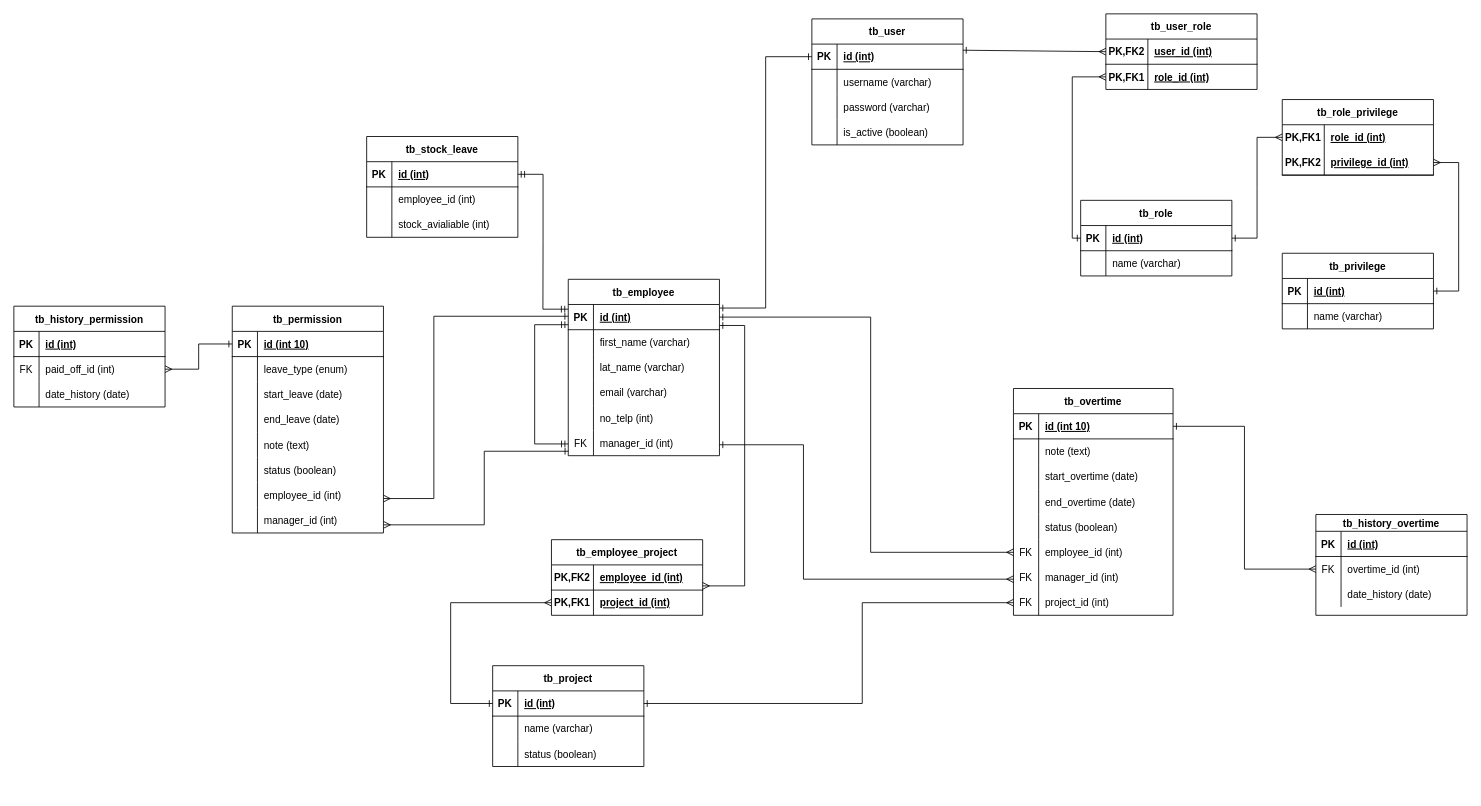
Earlier version of the draw.io diagram Final.drawio (zarmintaa/Skripsi). Source tidied: cells renumbered, new cells numbered last; positions are measured from the earlier drawing's top-left corner, leaving out a move shared by most shapes. Both pictures are drawn from the tidied source at 84%, with x=0, y=0 at pixel (13, 13).
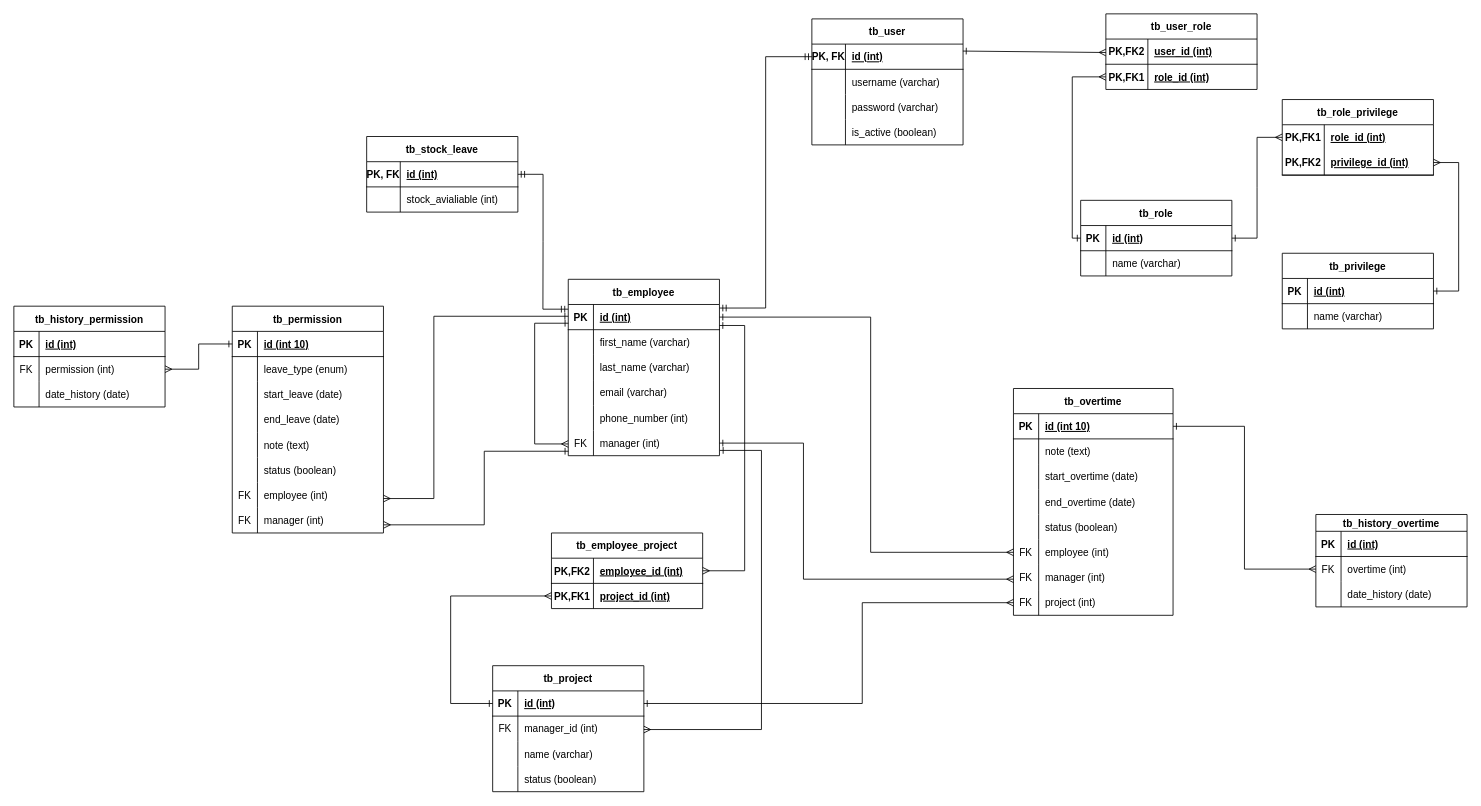
The same page after the edit.

Unchanged cells that the change refers to:
```xml
<mxCell id="3" style="shape=tableRow;horizontal=0;startSize=0;swimlaneHead=0;swimlaneBody=0;fillColor=none;points=[[0,0.5],[1,0.5]];portConstraint=eastwest;top=0;left=0;right=0;bottom=1;" parent="2" vertex="1">
  <mxGeometry y="30" width="180" height="30" as="geometry" />
</mxCell>
<mxCell id="6" style="shape=tableRow;horizontal=0;startSize=0;swimlaneHead=0;swimlaneBody=0;fillColor=none;top=0;left=0;right=0;bottom=0;" parent="2" vertex="1">
  <mxGeometry y="60" width="180" height="30" as="geometry" />
</mxCell>
<mxCell id="9" style="shape=tableRow;horizontal=0;startSize=0;swimlaneHead=0;swimlaneBody=0;fillColor=none;top=0;left=0;right=0;bottom=0;" parent="2" vertex="1">
  <mxGeometry y="90" width="180" height="30" as="geometry" />
</mxCell>
<mxCell id="12" style="shape=tableRow;horizontal=0;startSize=0;swimlaneHead=0;swimlaneBody=0;fillColor=none;top=0;left=0;right=0;bottom=0;" parent="2" vertex="1">
  <mxGeometry y="120" width="180" height="30" as="geometry" />
</mxCell>
<mxCell id="29" value="tb_employee" style="shape=table;startSize=30;childLayout=tableLayout;rowLines=0;fontStyle=1;align=center;" parent="1" vertex="1">
  <mxGeometry x="660" y="316" width="180" height="210" as="geometry" />
</mxCell>
<mxCell id="30" style="shape=tableRow;horizontal=0;startSize=0;swimlaneHead=0;swimlaneBody=0;fillColor=none;points=[[0,0.5],[1,0.5]];portConstraint=eastwest;top=0;left=0;right=0;bottom=1;" parent="29" vertex="1">
  <mxGeometry y="30" width="180" height="30" as="geometry" />
</mxCell>
<mxCell id="36" style="shape=tableRow;horizontal=0;startSize=0;swimlaneHead=0;swimlaneBody=0;fillColor=none;top=0;left=0;right=0;bottom=0;" parent="29" vertex="1">
  <mxGeometry y="90" width="180" height="30" as="geometry" />
</mxCell>
<mxCell id="42" style="shape=tableRow;horizontal=0;startSize=0;swimlaneHead=0;swimlaneBody=0;fillColor=none;top=0;left=0;right=0;bottom=0;" parent="29" vertex="1">
  <mxGeometry y="150" width="180" height="30" as="geometry" />
</mxCell>
<mxCell id="45" style="shape=tableRow;horizontal=0;startSize=0;swimlaneHead=0;swimlaneBody=0;fillColor=none;points=[[0,0.5],[1,0.5]];portConstraint=eastwest;top=0;left=0;right=0;bottom=0;" parent="29" vertex="1">
  <mxGeometry y="180" width="180" height="30" as="geometry" />
</mxCell>
<mxCell id="75" style="shape=tableRow;horizontal=0;startSize=0;swimlaneHead=0;swimlaneBody=0;fillColor=none;top=0;left=0;right=0;bottom=0;" parent="56" vertex="1">
  <mxGeometry y="210" width="180" height="30" as="geometry" />
</mxCell>
<mxCell id="78" style="shape=tableRow;horizontal=0;startSize=0;swimlaneHead=0;swimlaneBody=0;fillColor=none;top=0;left=0;right=0;bottom=0;" parent="56" vertex="1">
  <mxGeometry y="240" width="180" height="30" as="geometry" />
</mxCell>
<mxCell id="86" style="shape=tableRow;horizontal=0;startSize=0;swimlaneHead=0;swimlaneBody=0;fillColor=none;points=[[0,0.5],[1,0.5]];portConstraint=eastwest;top=0;left=0;right=0;bottom=0;" parent="82" vertex="1">
  <mxGeometry y="60" width="180" height="30" as="geometry" />
</mxCell>
<mxCell id="96" style="shape=tableRow;horizontal=0;startSize=0;swimlaneHead=0;swimlaneBody=0;fillColor=none;points=[[0,0.5],[1,0.5]];portConstraint=eastwest;top=0;left=0;right=0;bottom=0;" parent="92" vertex="1">
  <mxGeometry y="50" width="180" height="30" as="geometry" />
</mxCell>
<mxCell id="103" style="shape=tableRow;horizontal=0;startSize=0;swimlaneHead=0;swimlaneBody=0;fillColor=none;points=[[0,0.5],[1,0.5]];portConstraint=eastwest;top=0;left=0;right=0;bottom=1;" parent="102" vertex="1">
  <mxGeometry y="30" width="180" height="30" as="geometry" />
</mxCell>
<mxCell id="132" style="shape=tableRow;horizontal=0;startSize=0;swimlaneHead=0;swimlaneBody=0;fillColor=none;points=[[0,0.5],[1,0.5]];portConstraint=eastwest;top=0;left=0;right=0;bottom=0;" parent="116" vertex="1">
  <mxGeometry y="180" width="190" height="30" as="geometry" />
</mxCell>
<mxCell id="135" style="shape=tableRow;horizontal=0;startSize=0;swimlaneHead=0;swimlaneBody=0;fillColor=none;top=0;left=0;right=0;bottom=0;" parent="116" vertex="1">
  <mxGeometry y="210" width="190" height="30" as="geometry" />
</mxCell>
<mxCell id="138" style="shape=tableRow;horizontal=0;startSize=0;swimlaneHead=0;swimlaneBody=0;fillColor=none;points=[[0,0.5],[1,0.5]];portConstraint=eastwest;top=0;left=0;right=0;bottom=0;" parent="116" vertex="1">
  <mxGeometry y="240" width="190" height="30" as="geometry" />
</mxCell>
<mxCell id="145" style="shape=tableRow;horizontal=0;startSize=0;swimlaneHead=0;swimlaneBody=0;fillColor=none;points=[[0,0.5],[1,0.5]];portConstraint=eastwest;top=0;left=0;right=0;bottom=1;" parent="144" vertex="1">
  <mxGeometry y="30" width="180" height="30" as="geometry" />
</mxCell>
<mxCell id="167" style="shape=tableRow;horizontal=0;startSize=0;swimlaneHead=0;swimlaneBody=0;fillColor=none;points=[[0,0.5],[1,0.5]];portConstraint=eastwest;top=0;left=0;right=0;bottom=1;" parent="166" vertex="1">
  <mxGeometry y="30" width="180" height="30" as="geometry" />
</mxCell>
<mxCell id="170" style="shape=tableRow;horizontal=0;startSize=0;swimlaneHead=0;swimlaneBody=0;fillColor=none;points=[[0,0.5],[1,0.5]];portConstraint=eastwest;top=0;left=0;right=0;bottom=0;" parent="166" vertex="1">
  <mxGeometry y="60" width="180" height="30" as="geometry" />
</mxCell>
```

What changed in the source:
```diff
@@
-    <mxCell id="4" value="PK" style="shape=partialRectangle;fillColor=none;top=0;left=0;bottom=0;right=0;fontStyle=1;overflow=hidden;" parent="3" vertex="1">
-      <mxGeometry width="30" height="30" as="geometry" />
+    <mxCell id="4" value="PK, FK" style="shape=partialRectangle;fillColor=none;top=0;left=0;bottom=0;right=0;fontStyle=1;overflow=hidden;" parent="3" vertex="1">
+      <mxGeometry width="40" height="30" as="geometry" />
     </mxCell>
     <mxCell id="5" value="id (int)" style="shape=partialRectangle;fillColor=none;top=0;left=0;bottom=0;right=0;align=left;spacingLeft=6;fontStyle=5;overflow=hidden;" parent="3" vertex="1">
-      <mxGeometry x="30" width="150" height="30" as="geometry" />
+      <mxGeometry x="40" width="140" height="30" as="geometry" />
     </mxCell>
@@
     <mxCell id="7" style="shape=partialRectangle;fillColor=none;top=0;left=0;bottom=0;right=0;overflow=hidden;" parent="6" vertex="1">
-      <mxGeometry width="30" height="30" as="geometry" />
+      <mxGeometry width="40" height="30" as="geometry" />
     </mxCell>
     <mxCell id="8" value="username (varchar)" style="shape=partialRectangle;fillColor=none;top=0;left=0;bottom=0;right=0;align=left;spacingLeft=6;overflow=hidden;" parent="6" vertex="1">
-      <mxGeometry x="30" width="150" height="30" as="geometry" />
+      <mxGeometry x="40" width="140" height="30" as="geometry" />
     </mxCell>
@@
     <mxCell id="10" style="shape=partialRectangle;fillColor=none;top=0;left=0;bottom=0;right=0;overflow=hidden;" parent="9" vertex="1">
-      <mxGeometry width="30" height="30" as="geometry" />
+      <mxGeometry width="40" height="30" as="geometry" />
     </mxCell>
     <mxCell id="11" value="password (varchar)" style="shape=partialRectangle;fillColor=none;top=0;left=0;bottom=0;right=0;align=left;spacingLeft=6;overflow=hidden;" parent="9" vertex="1">
-      <mxGeometry x="30" width="150" height="30" as="geometry" />
+      <mxGeometry x="40" width="140" height="30" as="geometry" />
     </mxCell>
@@
     <mxCell id="13" style="shape=partialRectangle;fillColor=none;top=0;left=0;bottom=0;right=0;overflow=hidden;" parent="12" vertex="1">
-      <mxGeometry width="30" height="30" as="geometry" />
+      <mxGeometry width="40" height="30" as="geometry" />
     </mxCell>
     <mxCell id="14" value="is_active (boolean)" style="shape=partialRectangle;fillColor=none;top=0;left=0;bottom=0;right=0;align=left;spacingLeft=6;overflow=hidden;" parent="12" vertex="1">
-      <mxGeometry x="30" width="150" height="30" as="geometry" />
+      <mxGeometry x="40" width="140" height="30" as="geometry" />
     </mxCell>
@@
-    <mxCell id="38" value="lat_name (varchar)" style="shape=partialRectangle;fillColor=none;top=0;left=0;bottom=0;right=0;align=left;spacingLeft=6;overflow=hidden;" parent="36" vertex="1">
+    <mxCell id="38" value="last_name (varchar)" style="shape=partialRectangle;fillColor=none;top=0;left=0;bottom=0;right=0;align=left;spacingLeft=6;overflow=hidden;" parent="36" vertex="1">
       <mxGeometry x="30" width="150" height="30" as="geometry" />
     </mxCell>
@@
-    <mxCell id="44" value="no_telp (int)" style="shape=partialRectangle;fillColor=none;top=0;left=0;bottom=0;right=0;align=left;spacingLeft=6;overflow=hidden;" parent="42" vertex="1">
+    <mxCell id="44" value="phone_number (int)" style="shape=partialRectangle;fillColor=none;top=0;left=0;bottom=0;right=0;align=left;spacingLeft=6;overflow=hidden;" parent="42" vertex="1">
       <mxGeometry x="30" width="150" height="30" as="geometry" />
     </mxCell>
@@
-    <mxCell id="47" value="manager_id (int)" style="shape=partialRectangle;fillColor=none;top=0;left=0;bottom=0;right=0;align=left;spacingLeft=6;overflow=hidden;" parent="45" vertex="1">
+    <mxCell id="47" value="manager (int)" style="shape=partialRectangle;fillColor=none;top=0;left=0;bottom=0;right=0;align=left;spacingLeft=6;overflow=hidden;" parent="45" vertex="1">
       <mxGeometry x="30" width="150" height="30" as="geometry" />
     </mxCell>
-    <mxCell id="48" style="edgeStyle=elbowEdgeStyle;fontSize=12;html=1;endArrow=ERmandOne;startArrow=ERmandOne;rounded=0;exitX=0;exitY=0.802;exitDx=0;exitDy=0;entryX=0;entryY=0.5;entryDx=0;entryDy=0;endFill=0;startFill=0;exitPerimeter=0;" parent="29" edge="1" source="30">
+    <mxCell id="48" style="edgeStyle=elbowEdgeStyle;fontSize=12;html=1;endArrow=ERmany;startArrow=ERone;rounded=0;exitX=0.001;exitY=0.743;exitDx=0;exitDy=0;entryX=0;entryY=0.5;entryDx=0;entryDy=0;endFill=0;startFill=0;exitPerimeter=0;" parent="29" edge="1">
       <mxGeometry relative="1" as="geometry">
+        <mxPoint x="0.2" y="52.3" as="sourcePoint" />
         <mxPoint y="196" as="targetPoint" />
         <Array as="points">
           <mxPoint x="-40" y="111" />
         </Array>
       </mxGeometry>
     </mxCell>
@@
-    <mxCell id="76" style="shape=partialRectangle;fillColor=none;top=0;left=0;bottom=0;right=0;overflow=hidden;" parent="75" vertex="1">
+    <mxCell id="76" value="FK" style="shape=partialRectangle;fillColor=none;top=0;left=0;bottom=0;right=0;overflow=hidden;" parent="75" vertex="1">
       <mxGeometry width="30" height="30" as="geometry" />
     </mxCell>
-    <mxCell id="77" value="employee_id (int)" style="shape=partialRectangle;fillColor=none;top=0;left=0;bottom=0;right=0;align=left;spacingLeft=6;overflow=hidden;" parent="75" vertex="1">
+    <mxCell id="77" value="employee (int)" style="shape=partialRectangle;fillColor=none;top=0;left=0;bottom=0;right=0;align=left;spacingLeft=6;overflow=hidden;" parent="75" vertex="1">
       <mxGeometry x="30" width="150" height="30" as="geometry" />
     </mxCell>
@@
-    <mxCell id="79" style="shape=partialRectangle;fillColor=none;top=0;left=0;bottom=0;right=0;overflow=hidden;" parent="78" vertex="1">
+    <mxCell id="79" value="FK" style="shape=partialRectangle;fillColor=none;top=0;left=0;bottom=0;right=0;overflow=hidden;" parent="78" vertex="1">
       <mxGeometry width="30" height="30" as="geometry" />
     </mxCell>
-    <mxCell id="80" value="manager_id (int)" style="shape=partialRectangle;fillColor=none;top=0;left=0;bottom=0;right=0;align=left;spacingLeft=6;overflow=hidden;" parent="78" vertex="1">
+    <mxCell id="80" value="manager (int)" style="shape=partialRectangle;fillColor=none;top=0;left=0;bottom=0;right=0;align=left;spacingLeft=6;overflow=hidden;" parent="78" vertex="1">
       <mxGeometry x="30" width="150" height="30" as="geometry" />
     </mxCell>
-    <mxCell id="81" style="edgeStyle=orthogonalEdgeStyle;fontSize=12;html=1;endArrow=ERone;startArrow=ERone;rounded=0;exitX=0;exitY=0.5;exitDx=0;exitDy=0;entryX=1;entryY=0.141;entryDx=0;entryDy=0;entryPerimeter=0;endFill=0;startFill=0;" parent="1" edge="1" source="3" target="30">
+    <mxCell id="81" style="edgeStyle=orthogonalEdgeStyle;fontSize=12;html=1;endArrow=ERmandOne;startArrow=ERmandOne;rounded=0;exitX=0;exitY=0.5;exitDx=0;exitDy=0;entryX=1;entryY=0.141;entryDx=0;entryDy=0;entryPerimeter=0;endFill=0;startFill=0;" parent="1" edge="1" source="3" target="30">
       <mxGeometry relative="1" as="geometry" />
     </mxCell>
@@
-    <mxCell id="88" value="paid_off_id (int)" style="shape=partialRectangle;fillColor=none;top=0;left=0;bottom=0;right=0;align=left;spacingLeft=6;overflow=hidden;" parent="86" vertex="1">
+    <mxCell id="88" value="permission (int)" style="shape=partialRectangle;fillColor=none;top=0;left=0;bottom=0;right=0;align=left;spacingLeft=6;overflow=hidden;" parent="86" vertex="1">
       <mxGeometry x="30" width="150" height="30" as="geometry" />
     </mxCell>
@@
     <mxCell id="92" value="tb_history_overtime" style="shape=table;startSize=20;childLayout=tableLayout;rowLines=0;fontStyle=1;align=center;" parent="1" vertex="1">
-      <mxGeometry x="1550" y="596" width="180" height="120" as="geometry" />
+      <mxGeometry x="1550" y="596" width="180" height="110" as="geometry" />
     </mxCell>
@@
-    <mxCell id="98" value="overtime_id (int)" style="shape=partialRectangle;fillColor=none;top=0;left=0;bottom=0;right=0;align=left;spacingLeft=6;overflow=hidden;" parent="96" vertex="1">
+    <mxCell id="98" value="overtime (int)" style="shape=partialRectangle;fillColor=none;top=0;left=0;bottom=0;right=0;align=left;spacingLeft=6;overflow=hidden;" parent="96" vertex="1">
       <mxGeometry x="30" width="150" height="30" as="geometry" />
     </mxCell>
@@
-    <mxCell id="109" style="fontSize=12;html=1;endArrow=ERmany;startArrow=ERone;rounded=0;entryX=0;entryY=0.5;entryDx=0;entryDy=0;exitX=0.999;exitY=0.21;exitDx=0;exitDy=0;exitPerimeter=0;startFill=0;" parent="1" edge="1" target="103">
+    <mxCell id="109" style="fontSize=12;html=1;endArrow=ERmany;startArrow=ERone;rounded=0;entryX=0;entryY=0.5;entryDx=0;entryDy=0;exitX=0.999;exitY=0.21;exitDx=0;exitDy=0;exitPerimeter=0;startFill=0;" parent="1" edge="1">
       <mxGeometry relative="1" as="geometry">
-        <mxPoint x="1129.8" y="43.3" as="sourcePoint" />
+        <mxPoint x="1129.8" y="44.3" as="sourcePoint" />
+        <mxPoint x="1300" y="46" as="targetPoint" />
       </mxGeometry>
     </mxCell>
@@
-    <mxCell id="134" value="employee_id (int)" style="shape=partialRectangle;fillColor=none;top=0;left=0;bottom=0;right=0;align=left;spacingLeft=6;overflow=hidden;" parent="132" vertex="1">
+    <mxCell id="134" value="employee (int)" style="shape=partialRectangle;fillColor=none;top=0;left=0;bottom=0;right=0;align=left;spacingLeft=6;overflow=hidden;" parent="132" vertex="1">
       <mxGeometry x="30" width="160" height="30" as="geometry" />
     </mxCell>
@@
-    <mxCell id="137" value="manager_id (int)" style="shape=partialRectangle;fillColor=none;top=0;left=0;bottom=0;right=0;align=left;spacingLeft=6;overflow=hidden;" parent="135" vertex="1">
+    <mxCell id="137" value="manager (int)" style="shape=partialRectangle;fillColor=none;top=0;left=0;bottom=0;right=0;align=left;spacingLeft=6;overflow=hidden;" parent="135" vertex="1">
       <mxGeometry x="30" width="160" height="30" as="geometry" />
     </mxCell>
@@
-    <mxCell id="140" value="project_id (int)" style="shape=partialRectangle;fillColor=none;top=0;left=0;bottom=0;right=0;align=left;spacingLeft=6;overflow=hidden;" parent="138" vertex="1">
+    <mxCell id="140" value="project (int)" style="shape=partialRectangle;fillColor=none;top=0;left=0;bottom=0;right=0;align=left;spacingLeft=6;overflow=hidden;" parent="138" vertex="1">
       <mxGeometry x="30" width="160" height="30" as="geometry" />
     </mxCell>
@@
-    <mxCell id="142" style="edgeStyle=elbowEdgeStyle;fontSize=12;html=1;endArrow=ERmany;rounded=0;exitX=1;exitY=0.5;exitDx=0;exitDy=0;entryX=0;entryY=0.5;entryDx=0;entryDy=0;startArrow=ERone;startFill=0;" parent="1" edge="1">
+    <mxCell id="142" style="edgeStyle=elbowEdgeStyle;fontSize=12;html=1;endArrow=ERmany;rounded=0;exitX=1;exitY=0.5;exitDx=0;exitDy=0;entryX=0;entryY=0.5;entryDx=0;entryDy=0;startArrow=ERone;startFill=0;" parent="1" edge="1" source="45">
       <mxGeometry relative="1" as="geometry">
-        <mxPoint x="840" y="513" as="sourcePoint" />
         <mxPoint x="1190" y="673" as="targetPoint" />
         <Array as="points">
           <mxPoint x="940" y="558" />
         </Array>
       </mxGeometry>
     </mxCell>
@@
     <mxCell id="144" value="tb_stock_leave" style="shape=table;startSize=30;childLayout=tableLayout;rowLines=0;fontStyle=1;align=center;" parent="1" vertex="1">
-      <mxGeometry x="420" y="146" width="180" height="120" as="geometry" />
+      <mxGeometry x="420" y="146" width="180" height="90" as="geometry" />
     </mxCell>
@@
-    <mxCell id="146" value="PK" style="shape=partialRectangle;fillColor=none;top=0;left=0;bottom=0;right=0;fontStyle=1;overflow=hidden;" parent="145" vertex="1">
-      <mxGeometry width="30" height="30" as="geometry" />
+    <mxCell id="146" value="PK, FK" style="shape=partialRectangle;fillColor=none;top=0;left=0;bottom=0;right=0;fontStyle=1;overflow=hidden;" parent="145" vertex="1">
+      <mxGeometry width="40" height="30" as="geometry" />
     </mxCell>
     <mxCell id="147" value="id (int)" style="shape=partialRectangle;fillColor=none;top=0;left=0;bottom=0;right=0;align=left;spacingLeft=6;fontStyle=5;overflow=hidden;" parent="145" vertex="1">
-      <mxGeometry x="30" width="150" height="30" as="geometry" />
+      <mxGeometry x="40" width="140" height="30" as="geometry" />
     </mxCell>
-    <mxCell id="148" style="shape=tableRow;horizontal=0;startSize=0;swimlaneHead=0;swimlaneBody=0;fillColor=none;top=0;left=0;right=0;bottom=0;" parent="144" vertex="1">
-      <mxGeometry y="60" width="180" height="30" as="geometry" />
-    </mxCell>
-    <mxCell id="149" style="shape=partialRectangle;fillColor=none;top=0;left=0;bottom=0;right=0;overflow=hidden;" parent="148" vertex="1">
-      <mxGeometry width="30" height="30" as="geometry" />
-    </mxCell>
-    <mxCell id="150" value="employee_id (int)" style="shape=partialRectangle;fillColor=none;top=0;left=0;bottom=0;right=0;align=left;spacingLeft=6;overflow=hidden;" parent="148" vertex="1">
-      <mxGeometry x="30" width="150" height="30" as="geometry" />
-    </mxCell>
     <mxCell id="151" style="shape=tableRow;horizontal=0;startSize=0;swimlaneHead=0;swimlaneBody=0;fillColor=none;top=0;left=0;right=0;bottom=0;" parent="144" vertex="1">
-      <mxGeometry y="90" width="180" height="30" as="geometry" />
+      <mxGeometry y="60" width="180" height="30" as="geometry" />
     </mxCell>
     <mxCell id="152" style="shape=partialRectangle;fillColor=none;top=0;left=0;bottom=0;right=0;overflow=hidden;" parent="151" vertex="1">
-      <mxGeometry width="30" height="30" as="geometry" />
+      <mxGeometry width="40" height="30" as="geometry" />
     </mxCell>
     <mxCell id="153" value="stock_avialiable (int)" style="shape=partialRectangle;fillColor=none;top=0;left=0;bottom=0;right=0;align=left;spacingLeft=6;overflow=hidden;" parent="151" vertex="1">
-      <mxGeometry x="30" width="150" height="30" as="geometry" />
+      <mxGeometry x="40" width="140" height="30" as="geometry" />
     </mxCell>
@@
     <mxCell id="155" value="tb_project" style="shape=table;startSize=30;childLayout=tableLayout;rowLines=0;fontStyle=1;align=center;" parent="1" vertex="1">
-      <mxGeometry x="570" y="776" width="180" height="120" as="geometry" />
+      <mxGeometry x="570" y="776" width="180" height="150" as="geometry" />
     </mxCell>
@@
+    <mxCell id="148" style="shape=tableRow;horizontal=0;startSize=0;swimlaneHead=0;swimlaneBody=0;fillColor=none;top=0;left=0;right=0;bottom=0;" parent="155" vertex="1">
+      <mxGeometry y="60" width="180" height="30" as="geometry" />
+    </mxCell>
+    <mxCell id="175" value="FK" style="shape=partialRectangle;fillColor=none;top=0;left=0;bottom=0;right=0;overflow=hidden;" parent="148" vertex="1">
+      <mxGeometry width="30" height="30" as="geometry" />
+    </mxCell>
+    <mxCell id="176" value="manager_id (int)" style="shape=partialRectangle;fillColor=none;top=0;left=0;bottom=0;right=0;align=left;spacingLeft=6;overflow=hidden;" parent="148" vertex="1">
+      <mxGeometry x="30" width="150" height="30" as="geometry" />
+    </mxCell>
     <mxCell id="159" style="shape=tableRow;horizontal=0;startSize=0;swimlaneHead=0;swimlaneBody=0;fillColor=none;top=0;left=0;right=0;bottom=0;" parent="155" vertex="1">
-      <mxGeometry y="60" width="180" height="30" as="geometry" />
+      <mxGeometry y="90" width="180" height="30" as="geometry" />
     </mxCell>
@@
     <mxCell id="162" style="shape=tableRow;horizontal=0;startSize=0;swimlaneHead=0;swimlaneBody=0;fillColor=none;top=0;left=0;right=0;bottom=0;" parent="155" vertex="1">
-      <mxGeometry y="90" width="180" height="30" as="geometry" />
+      <mxGeometry y="120" width="180" height="30" as="geometry" />
     </mxCell>
@@
     <mxCell id="166" value="tb_employee_project" style="shape=table;startSize=30;childLayout=tableLayout;rowLines=0;fontStyle=1;align=center;" parent="1" vertex="1">
-      <mxGeometry x="640" y="626" width="180" height="90" as="geometry" />
+      <mxGeometry x="640" y="618" width="180" height="90" as="geometry" />
     </mxCell>
@@
-    <mxCell id="173" style="edgeStyle=elbowEdgeStyle;fontSize=12;html=1;endArrow=ERmany;startArrow=ERone;rounded=0;entryX=1;entryY=0.5;entryDx=0;entryDy=0;startFill=0;" parent="1" edge="1">
+    <mxCell id="173" style="edgeStyle=elbowEdgeStyle;fontSize=12;html=1;endArrow=ERmany;startArrow=ERone;rounded=0;entryX=1;entryY=0.5;entryDx=0;entryDy=0;startFill=0;" parent="1" edge="1" target="167">
       <mxGeometry relative="1" as="geometry">
         <mxPoint x="840" y="371" as="sourcePoint" />
-        <mxPoint x="820" y="681" as="targetPoint" />
         <Array as="points">
           <mxPoint x="870" y="526" />
         </Array>
       </mxGeometry>
     </mxCell>
-    <mxCell id="174" style="edgeStyle=elbowEdgeStyle;fontSize=12;html=1;endArrow=ERmany;startArrow=ERone;rounded=0;startFill=0;" parent="1" edge="1">
+    <mxCell id="174" style="edgeStyle=elbowEdgeStyle;fontSize=12;html=1;endArrow=ERmany;startArrow=ERone;rounded=0;startFill=0;entryX=0;entryY=0.5;entryDx=0;entryDy=0;" parent="1" edge="1" target="170">
       <mxGeometry relative="1" as="geometry">
         <mxPoint x="570" y="821" as="sourcePoint" />
-        <mxPoint x="640" y="701" as="targetPoint" />
         <Array as="points">
           <mxPoint x="520" y="766" />
         </Array>
       </mxGeometry>
     </mxCell>
+    <mxCell id="177" style="edgeStyle=elbowEdgeStyle;fontSize=12;html=1;endArrow=ERmany;rounded=0;exitX=1.002;exitY=0.758;exitDx=0;exitDy=0;exitPerimeter=0;startArrow=ERone;startFill=0;" parent="1" edge="1">
+      <mxGeometry relative="1" as="geometry">
+        <mxPoint x="840.4" y="519.7" as="sourcePoint" />
+        <mxPoint x="750" y="852" as="targetPoint" />
+        <Array as="points">
+          <mxPoint x="890" y="707" />
+        </Array>
+      </mxGeometry>
+    </mxCell>
```
